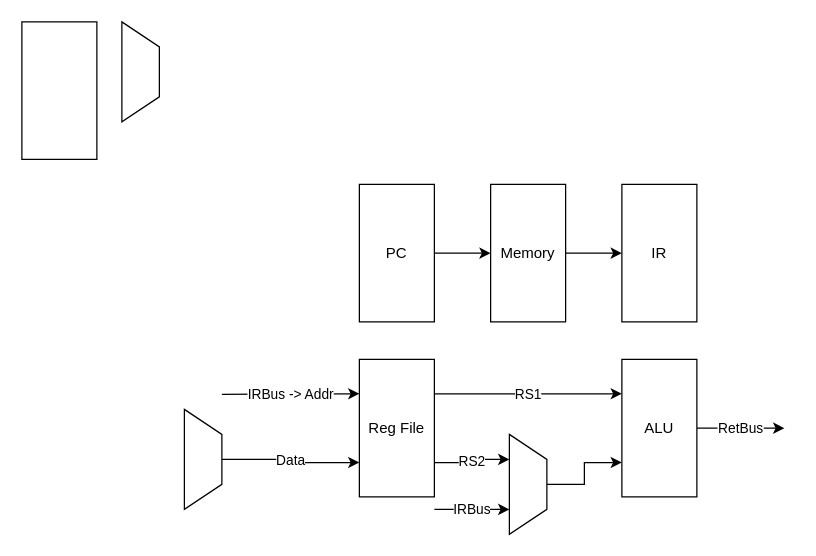
Earlier version of the draw.io diagram datapath.drawio (benjamin051000/riscv). Source tidied: cells renumbered, new cells numbered last; positions are measured from the earlier drawing's top-left corner, leaving out a move shared by most shapes. Both pictures are drawn from the tidied source at 125%, with x=0, y=0 at pixel (21, 21).
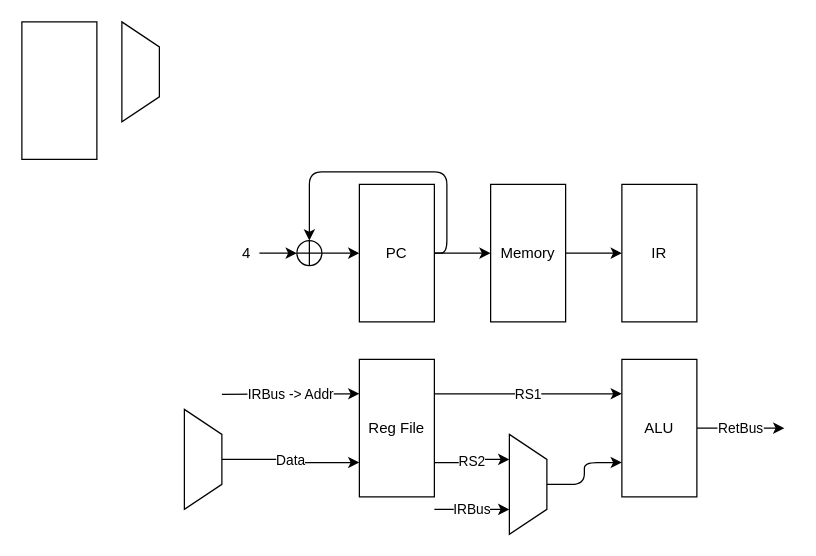
After the change.

Commit message:
pc inc drawing

Unchanged cells that the change refers to:
```xml
<mxCell id="3" value="ALU" style="rounded=0;whiteSpace=wrap;html=1;" parent="1" vertex="1">
  <mxGeometry x="480" y="270" width="60" height="110" as="geometry" />
</mxCell>
<mxCell id="8" style="shape=trapezoid;perimeter=trapezoidPerimeter;whiteSpace=wrap;html=1;fixedSize=1;direction=south;" parent="1" vertex="1">
  <mxGeometry x="390" y="330" width="30" height="80" as="geometry" />
</mxCell>
<mxCell id="14" value="PC" style="rounded=0;whiteSpace=wrap;html=1;" parent="1" vertex="1">
  <mxGeometry x="270" y="130" width="60" height="110" as="geometry" />
</mxCell>
```

Change to the diagram source:
```diff
@@
-    <mxCell id="7" style="edgeStyle=orthogonalEdgeStyle;rounded=0;jettySize=auto;html=1;exitX=0.5;exitY=0;exitDx=0;exitDy=0;entryX=0;entryY=0.75;entryDx=0;entryDy=0;" parent="1" edge="1" source="8" target="3">
+    <mxCell id="7" style="edgeStyle=orthogonalEdgeStyle;jettySize=auto;html=1;exitX=0.5;exitY=0;exitDx=0;exitDy=0;entryX=0;entryY=0.75;entryDx=0;entryDy=0;rounded=1;" parent="1" edge="1" source="8" target="3">
       <mxGeometry relative="1" as="geometry" />
     </mxCell>
@@
+    <mxCell id="20" style="edgeStyle=orthogonalEdgeStyle;html=1;exitX=1;exitY=0.5;exitDx=0;exitDy=0;entryX=0.5;entryY=0;entryDx=0;entryDy=0;elbow=vertical;rounded=1;" parent="1" edge="1" source="14" target="22">
+      <mxGeometry relative="1" as="geometry">
+        <Array as="points">
+          <mxPoint x="340" y="185" />
+          <mxPoint x="340" y="120" />
+          <mxPoint x="230" y="120" />
+        </Array>
+      </mxGeometry>
+    </mxCell>
@@
+    <mxCell id="21" style="edgeStyle=none;html=1;exitX=1;exitY=0.5;exitDx=0;exitDy=0;entryX=0;entryY=0.5;entryDx=0;entryDy=0;" parent="1" edge="1" source="22" target="14">
+      <mxGeometry relative="1" as="geometry" />
+    </mxCell>
+    <mxCell id="22" style="shape=orEllipse;perimeter=ellipsePerimeter;whiteSpace=wrap;html=1;backgroundOutline=1;" parent="1" vertex="1">
+      <mxGeometry x="220" y="175" width="20" height="20" as="geometry" />
+    </mxCell>
+    <mxCell id="23" style="edgeStyle=orthogonalEdgeStyle;html=1;exitX=1;exitY=0.5;exitDx=0;exitDy=0;entryX=0;entryY=0.5;entryDx=0;entryDy=0;elbow=vertical;" parent="1" edge="1" source="24" target="22">
+      <mxGeometry relative="1" as="geometry" />
+    </mxCell>
+    <mxCell id="24" value="4" style="text;html=1;strokeColor=none;fillColor=none;align=center;verticalAlign=middle;whiteSpace=wrap;rounded=0;" parent="1" vertex="1">
+      <mxGeometry x="170" y="170" width="20" height="30" as="geometry" />
+    </mxCell>
```
